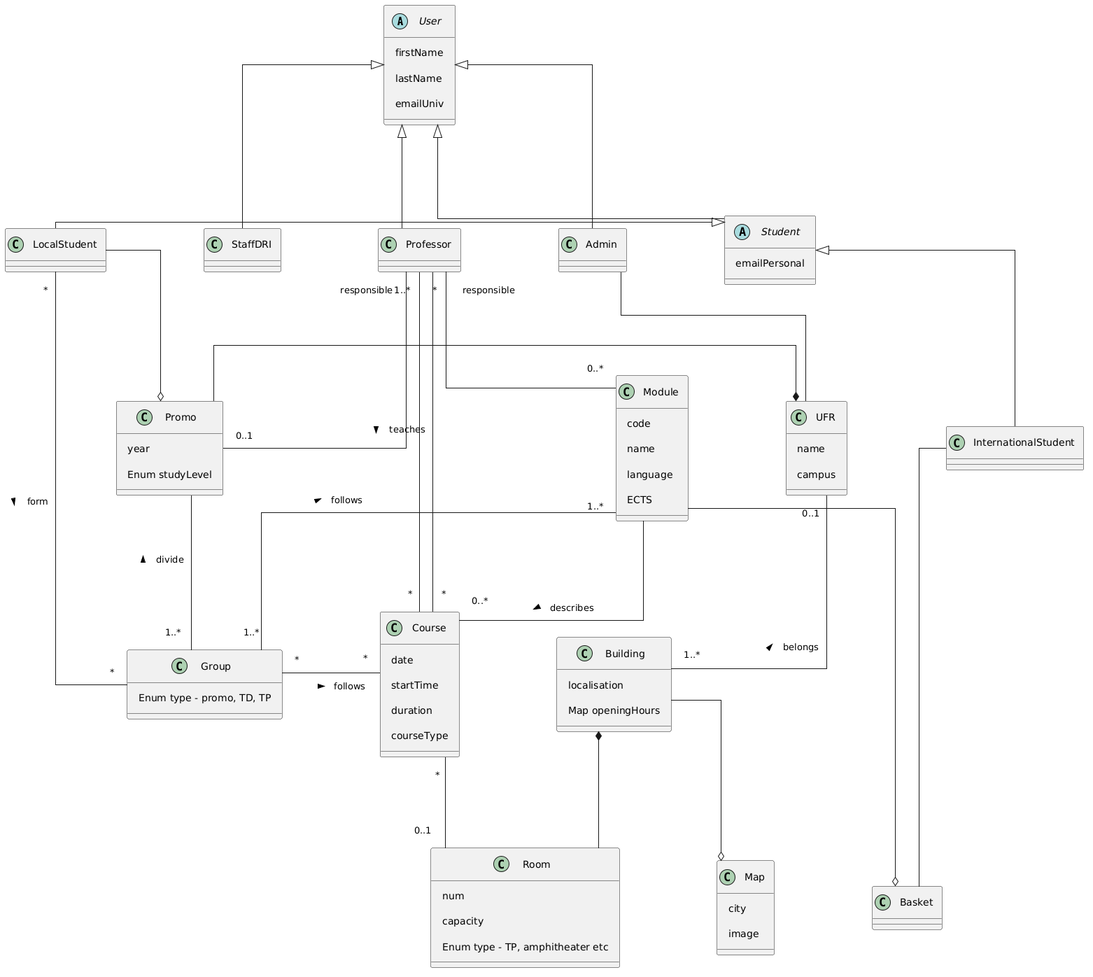
This is diagrams/ClassesDiagramCompetitiveVersion.png from JoshuaDixon23/Hyperplanning, a PlantUML export, as it was before one commit.
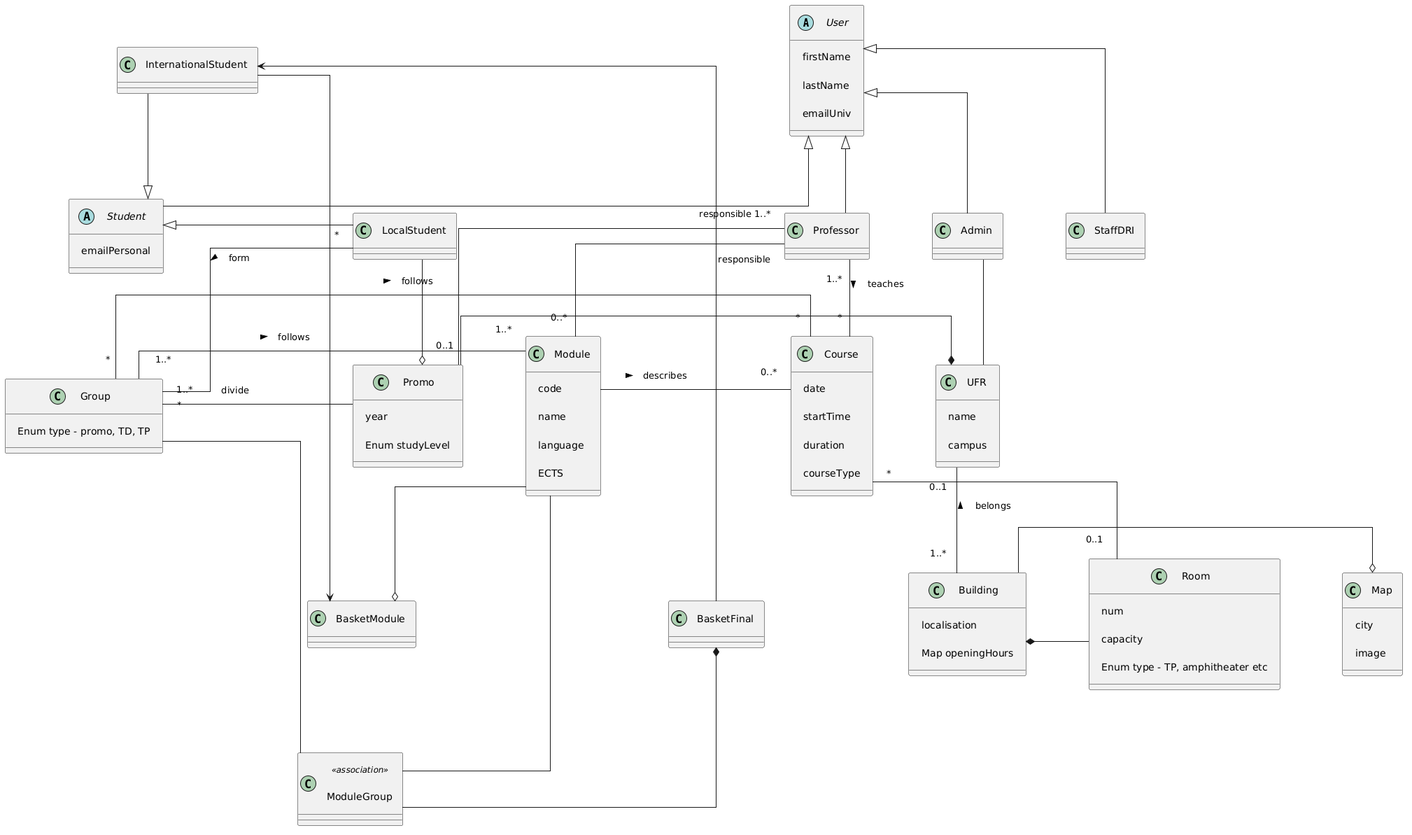
The same diagram one commit later.

Commit message:
feat: international student basket modelisation

The edit, as a diff of the source:
```diff
@@ -1,8 +1,9 @@
 @startuml
 skinparam linetype ortho
-skinparam nodesep 140
-skinparam ranksep 130
-skinparam padding 10
+skinparam nodesep 90
+skinparam ranksep 90
+skinparam padding 12
+skinparam classAttributeIconSize 0
 
 abstract class User {
     firstName
@@ -10,128 +11,128 @@
     emailUniv
 }
 
-class Professor {
-
-}
-
 abstract class Student {
     emailPersonal
 }
 
-class StaffDRI{
-}
+class Professor
+class StaffDRI
+class Admin
+class LocalStudent
+class InternationalStudent
 
-class Admin{
-}
-
-class LocalStudent{
-}
-
-class InternationalStudent{
-}
-
-Professor -u-|> User
-Student -u-|> User
-StaffDRI -u-|> User
-Admin -u-|> User
-LocalStudent -r-|> Student
-InternationalStudent -l-|> Student
-
-class Promo{
+class Promo {
     year
     Enum studyLevel
 }
 
-class Module{
+class Module {
     code
     name
     language
     ECTS
 }
 
-class UFR{
+class UFR {
     name
     campus
 }
 
-class Group{
+class Group {
     Enum type - promo, TD, TP
 }
 
-class Course{
+class Course {
     date
     startTime
     duration
     courseType
 }
 
-class Building{
+class Building {
     localisation
     Map openingHours
 }
 
-class Room{
+class Room {
     num
     capacity
     Enum type - TP, amphitheater etc
 }
 
-class Map{
+class Map {
     city
     image
 }
 
+class BasketModule
+class BasketFinal
+class ModuleGroup <<association>>
 
-class Basket{
-}
 
-User -[hidden]d- Professor
+LocalStudent         -[hidden]r- Student
+Student              -[hidden]r- InternationalStudent
+InternationalStudent -[hidden]r- User
+User                 -[hidden]r- Professor
+Professor            -[hidden]r- Admin
+Admin                -[hidden]r- StaffDRI
 
-Professor -[hidden]r- Student
+Promo                -[hidden]r- Group
+Group                -[hidden]r- ModuleGroup
+ModuleGroup          -[hidden]r- Module
+Module               -[hidden]r- Course
+Course               -[hidden]r- UFR
+UFR                  -[hidden]r- Building
+Building             -[hidden]r- Room
+Room                 -[hidden]r- Map
 
-Promo -[hidden]r- Module
-Module-[hidden]r- UFR
+BasketModule         -[hidden]r- BasketFinal
 
-Group -[hidden]r- Course
-Course -[hidden]r- Building
+LocalStudent         -[hidden]d- Promo
+Student              -[hidden]d- Group
+InternationalStudent -[hidden]d- ModuleGroup
+User                 -[hidden]d- Module
+Professor            -[hidden]d- Course
+Admin                -[hidden]d- UFR
+StaffDRI             -[hidden]d- Building
 
-Room -[hidden]r- Map
-Map -[hidden]r- Basket
+Module               -[hidden]d- BasketModule
+UFR                  -[hidden]d- BasketFinal
 
-Professor -[hidden]d- Promo
-Student -[hidden]d- Module
-Module-[hidden]d- Group
-UFR -[hidden]d- Course
-Building -[hidden]d- Room
+Professor            -u-|> User
+StaffDRI             -u-|> User
+Admin                -u-|> User
+Student              -u-|> User
+LocalStudent         -u-|> Student
+InternationalStudent -u-|> Student
 
-Promo -[hidden]d- Group
 
-Professor "responsible" -d- "0..1" Promo
-Professor "responsible" -r- "0..*" Module
-Professor "1..*" -d- "*" Course
+Professor "responsible 1..*" -d- "0..1" Promo
+Professor "responsible"      -d- "0..*" Module
+Professor "1..*"             -d- "*"    Course : teaches >
 
-LocalStudent -d-o Promo
-LocalStudent "*"-d-"*" Group : form >
+LocalStudent       -d-o Promo
+LocalStudent "*"   -d-  "*" Group : form >
 
-Module-d- "0..*" Course : describes >
+Module             -d-  "0..*" Course : describes >
+Group "1..*"       -r-  "1..*" Module : follows >
+Group "*"          -r-  "*"    Course : follows >
+Promo              -d-  "1..*" Group  : divide
 
-Promo -d-"1..*" Group : divide <
+UFR                *-l- Promo
+Building           *-d- Room
+Building           -r-o Map
+Building "1..*"    -l-  "0..1" UFR : belongs >
 
-UFR *-l- Promo
+Room "0..1"        -u- "*" Course
 
-Group "1..*" -r- "1..*" Module : follows >
+BasketModule       o-u- Module
+BasketModule       <-l- InternationalStudent
+BasketFinal        *--  ModuleGroup
+BasketFinal        -u-> InternationalStudent
 
-Building *-d- Room
-Building -r-o Map
-Building "1..*" -l- "0..1" UFR : belongs >
+ModuleGroup        -u- Group
+ModuleGroup        -u- Module
 
-Room "0..1"-u-"*" Course
-
-Professor "*"--"*" Course : teaches >
-Group "*"--"*" Course : follows >
-
-Basket o-u- Module
-Basket -l- InternationalStudent
-
-UFR -u- Admin
+UFR                -u- Admin
 @enduml
```
